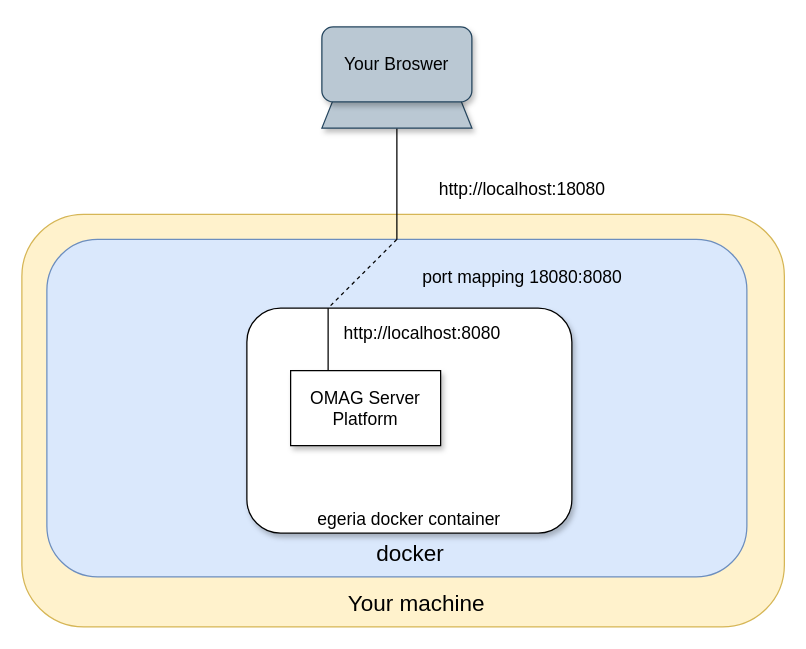
This is page "docker-container" (7 of 7) of developer-resources/tools/egeria-tools.drawio from planetf1/egeria, a draw.io file, before an edit. Source tidied: cells renumbered, new cells numbered last; positions are measured from the earlier drawing's top-left corner, leaving out a move shared by most shapes. Both pictures are drawn from the tidied source at 125%, with x=0, y=0 at pixel (21, 26).
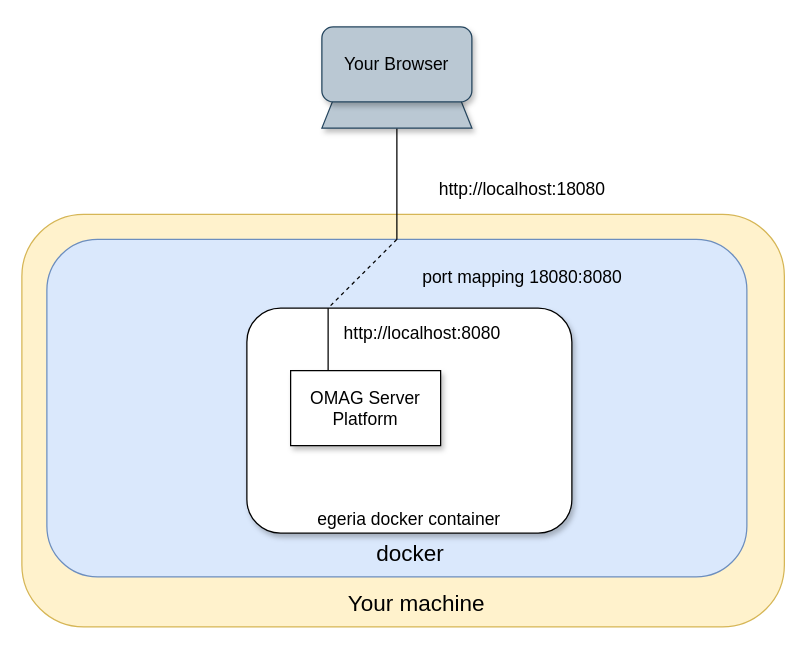
The same diagram, later.

Diff of the diagram source:
```diff
@@
 <mxGraphModel>
   <root>
     <mxCell id="0" />
     <mxCell id="1" parent="0" />
     <mxCell id="2" value="Your machine" style="rounded=1;whiteSpace=wrap;html=1;fontSize=18;align=center;verticalAlign=bottom;spacingTop=22;spacingLeft=22;fillColor=#fff2cc;strokeColor=#d6b656;spacingBottom=4;" parent="1" vertex="1">
       <mxGeometry y="150" width="610" height="330" as="geometry" />
     </mxCell>
     <mxCell id="3" value="docker" style="rounded=1;whiteSpace=wrap;html=1;fontSize=18;align=center;verticalAlign=bottom;spacingTop=22;spacingLeft=22;fillColor=#dae8fc;strokeColor=#6c8ebf;spacingBottom=4;" parent="1" vertex="1">
       <mxGeometry x="20" y="170" width="560" height="270" as="geometry" />
     </mxCell>
     <mxCell id="4" style="edgeStyle=none;rounded=0;jettySize=auto;html=1;exitX=0.25;exitY=0;exitDx=0;exitDy=0;entryX=0.25;entryY=0;entryDx=0;entryDy=0;startArrow=none;startFill=0;endArrow=none;endFill=0;fontSize=14;fontColor=#000000;" parent="1" edge="1" source="5" target="7">
       <mxGeometry relative="1" as="geometry" />
     </mxCell>
     <mxCell id="5" value="egeria docker container" style="rounded=1;whiteSpace=wrap;html=1;shadow=1;strokeWidth=1;fontSize=14;fontColor=#000000;align=center;verticalAlign=bottom;" parent="1" vertex="1">
       <mxGeometry x="180" y="225" width="260" height="180" as="geometry" />
     </mxCell>
     <mxCell id="6" style="edgeStyle=none;rounded=0;jettySize=auto;html=1;exitX=0.25;exitY=0;exitDx=0;exitDy=0;entryX=0.25;entryY=0;entryDx=0;entryDy=0;startArrow=none;startFill=0;endArrow=none;endFill=0;fontSize=14;fontColor=#000000;" parent="1" edge="1" source="7" target="5">
       <mxGeometry relative="1" as="geometry" />
     </mxCell>
     <mxCell id="7" value="OMAG Server Platform" style="rounded=0;whiteSpace=wrap;html=1;shadow=1;strokeWidth=1;fontSize=14;fontColor=#000000;align=center;" parent="1" vertex="1">
       <mxGeometry x="215" y="275" width="120" height="60" as="geometry" />
     </mxCell>
     <mxCell id="8" style="edgeStyle=none;rounded=0;jettySize=auto;html=1;exitX=0.5;exitY=1;exitDx=0;exitDy=0;entryX=0.5;entryY=0;entryDx=0;entryDy=0;startArrow=none;startFill=0;endArrow=none;endFill=0;fontSize=14;fontColor=#000000;" parent="1" edge="1" source="9" target="3">
       <mxGeometry relative="1" as="geometry" />
     </mxCell>
     <mxCell id="9" style="shape=trapezoid;perimeter=trapezoidPerimeter;whiteSpace=wrap;html=1;shadow=1;strokeWidth=1;fontSize=14;align=center;fillColor=#bac8d3;strokeColor=#23445d;" parent="1" vertex="1">
       <mxGeometry x="240" y="21" width="120" height="60" as="geometry" />
     </mxCell>
-    <mxCell id="10" value="Your Broswer" style="rounded=1;whiteSpace=wrap;html=1;shadow=1;strokeWidth=1;fontSize=14;align=center;fillColor=#bac8d3;strokeColor=#23445d;" parent="1" vertex="1">
+    <mxCell id="10" value="Your Browser" style="rounded=1;whiteSpace=wrap;html=1;shadow=1;strokeWidth=1;fontSize=14;align=center;fillColor=#bac8d3;strokeColor=#23445d;" parent="1" vertex="1">
       <mxGeometry x="240" width="120" height="60" as="geometry" />
     </mxCell>
     <mxCell id="11" value="http://localhost:18080" style="text;html=1;align=center;verticalAlign=middle;fontSize=14;fontColor=#000000;" parent="1" vertex="1">
       <mxGeometry x="325" y="120" width="150" height="20" as="geometry" />
     </mxCell>
     <mxCell id="12" value="http://localhost:8080" style="text;html=1;align=center;verticalAlign=middle;fontSize=14;fontColor=#000000;" parent="1" vertex="1">
       <mxGeometry x="250" y="235" width="140" height="20" as="geometry" />
     </mxCell>
     <mxCell id="13" style="edgeStyle=none;rounded=0;jettySize=auto;html=1;exitX=0.5;exitY=0;exitDx=0;exitDy=0;entryX=0.25;entryY=0;entryDx=0;entryDy=0;startArrow=none;startFill=0;endArrow=none;endFill=0;fontSize=14;fontColor=#000000;dashed=1;" parent="1" edge="1" source="3" target="5">
       <mxGeometry relative="1" as="geometry" />
     </mxCell>
     <mxCell id="14" value="port mapping 18080:8080" style="text;html=1;align=center;verticalAlign=middle;fontSize=14;fontColor=#000000;" parent="1" vertex="1">
       <mxGeometry x="310" y="190" width="180" height="20" as="geometry" />
     </mxCell>
   </root>
 </mxGraphModel>
```
